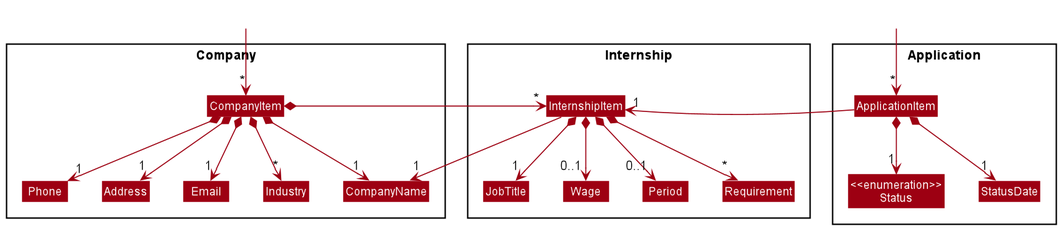
shawn-nyk/tp keeps this PlantUML diagram as docs/images/dg-model/CompanyInternshipApplicationClassDiagram.png. Above is the earlier version.
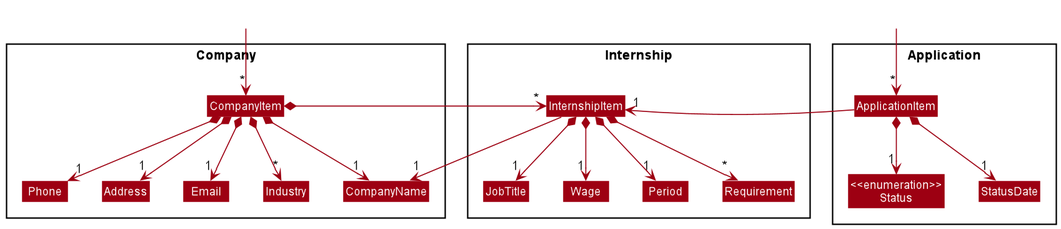
The same diagram one commit later.

What changed in the source:
```diff
@@ -44,8 +44,8 @@
 
 InternshipItem --> "1" CompanyName
 InternshipItem *--> "1" JobTitle
-InternshipItem *--> "0..1" Wage
-InternshipItem *--> "0..1" Period
+InternshipItem *--> "1" Wage
+InternshipItem *--> "1" Period
 InternshipItem *--> "*" Requirement
 
 JobTitle -[hidden]right-> Wage
```
